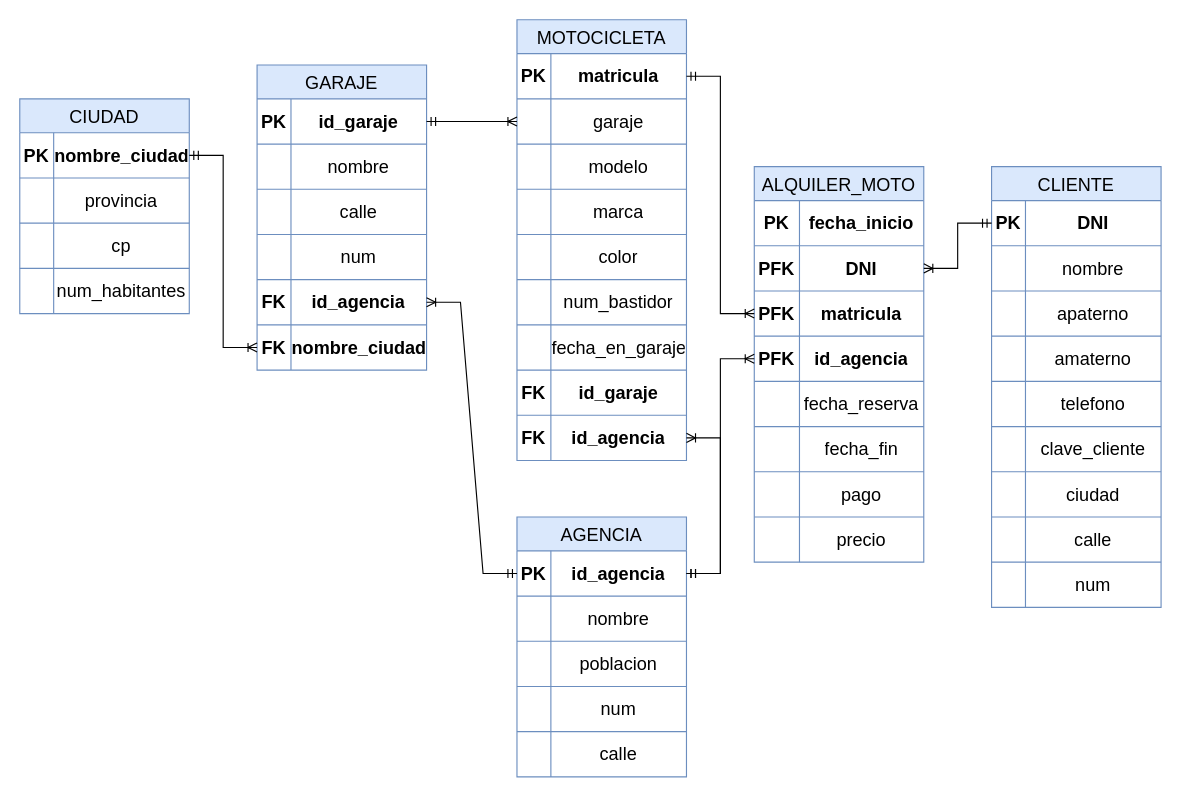
The draw.io diagram Modelo Relacional Motocicletas TBD.drawio in misiomishi/itcj, before the edit. Source tidied: cells renumbered, new cells numbered last; positions are measured from the earlier drawing's top-left corner, leaving out a move shared by most shapes. Both pictures are drawn from the tidied source at 113%, with x=0, y=0 at pixel (19, 19).
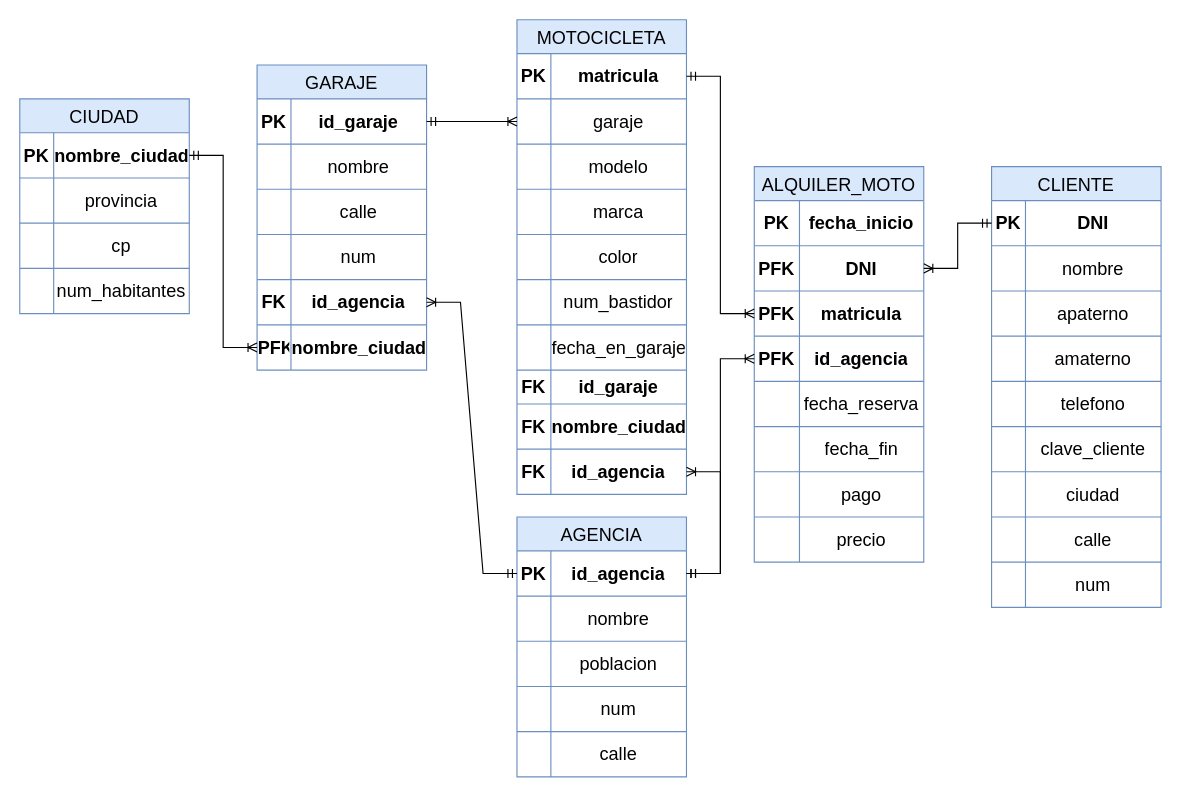
The same diagram, later.

Unchanged cells that the change refers to:
```xml
<mxCell id="103" style="shape=tableRow;horizontal=0;startSize=0;swimlaneHead=0;swimlaneBody=0;strokeColor=inherit;top=0;left=0;bottom=0;right=0;fillColor=none;points=[[0,0.5],[1,0.5]];portConstraint=eastwest;fontSize=16;fontStyle=1;" parent="87" vertex="1">
  <mxGeometry y="230" width="150" height="40" as="geometry" />
</mxCell>
```

Diff of the diagram source:
```diff
@@
     <mxCell id="59" value="MOTOCICLETA" style="shape=table;startSize=30;childLayout=tableLayout;strokeColor=#6c8ebf;fontSize=16;fillColor=#dae8fc;" parent="1" vertex="1">
-      <mxGeometry x="440" width="150" height="390" as="geometry" />
+      <mxGeometry x="440" width="150" height="420" as="geometry" />
     </mxCell>
@@
     <mxCell id="81" style="shape=tableRow;horizontal=0;startSize=0;swimlaneHead=0;swimlaneBody=0;strokeColor=inherit;top=0;left=0;bottom=0;right=0;fillColor=none;fontSize=16;fontStyle=1;" parent="59" vertex="1">
-      <mxGeometry y="310" width="150" height="40" as="geometry" />
+      <mxGeometry y="310" width="150" height="30" as="geometry" />
     </mxCell>
     <mxCell id="82" value="FK" style="shape=partialRectangle;html=1;whiteSpace=wrap;strokeColor=inherit;overflow=hidden;fillColor=none;top=0;left=0;bottom=0;right=0;fontSize=16;fontStyle=1;" parent="81" vertex="1">
-      <mxGeometry width="30" height="40" as="geometry" />
+      <mxGeometry width="30" height="30" as="geometry" />
     </mxCell>
     <mxCell id="83" value="id_garaje" style="shape=partialRectangle;html=1;whiteSpace=wrap;strokeColor=inherit;overflow=hidden;fillColor=none;top=0;left=0;bottom=0;right=0;fontSize=16;fontStyle=1;" parent="81" vertex="1">
-      <mxGeometry x="30" width="120" height="40" as="geometry" />
+      <mxGeometry x="30" width="120" height="30" as="geometry" />
     </mxCell>
+    <mxCell id="138" style="shape=tableRow;horizontal=0;startSize=0;swimlaneHead=0;swimlaneBody=0;strokeColor=inherit;top=0;left=0;bottom=0;right=0;fillColor=none;fontSize=16;fontStyle=1;" parent="59" vertex="1">
+      <mxGeometry y="340" width="150" height="40" as="geometry" />
+    </mxCell>
+    <mxCell id="139" value="FK" style="shape=partialRectangle;html=1;whiteSpace=wrap;strokeColor=inherit;overflow=hidden;fillColor=none;top=0;left=0;bottom=0;right=0;fontSize=16;fontStyle=1;" parent="138" vertex="1">
+      <mxGeometry width="30" height="40" as="geometry" />
+    </mxCell>
+    <mxCell id="140" value="nombre_ciudad" style="shape=partialRectangle;html=1;whiteSpace=wrap;strokeColor=inherit;overflow=hidden;fillColor=none;top=0;left=0;bottom=0;right=0;fontSize=16;fontStyle=1;" parent="138" vertex="1">
+      <mxGeometry x="30" width="120" height="40" as="geometry" />
+    </mxCell>
     <mxCell id="84" style="shape=tableRow;horizontal=0;startSize=0;swimlaneHead=0;swimlaneBody=0;strokeColor=inherit;top=0;left=0;bottom=0;right=0;fillColor=none;points=[[0,0.5],[1,0.5]];portConstraint=eastwest;fontSize=16;fontStyle=1;" parent="59" vertex="1">
-      <mxGeometry y="350" width="150" height="40" as="geometry" />
+      <mxGeometry y="380" width="150" height="40" as="geometry" />
     </mxCell>
@@
-    <mxCell id="104" value="FK" style="shape=partialRectangle;html=1;whiteSpace=wrap;strokeColor=inherit;overflow=hidden;fillColor=none;top=0;left=0;bottom=0;right=0;fontSize=16;fontStyle=1;" parent="103" vertex="1">
+    <mxCell id="104" value="PFK" style="shape=partialRectangle;html=1;whiteSpace=wrap;strokeColor=inherit;overflow=hidden;fillColor=none;top=0;left=0;bottom=0;right=0;fontSize=16;fontStyle=1;" parent="103" vertex="1">
       <mxGeometry width="30" height="40" as="geometry" />
     </mxCell>
```
